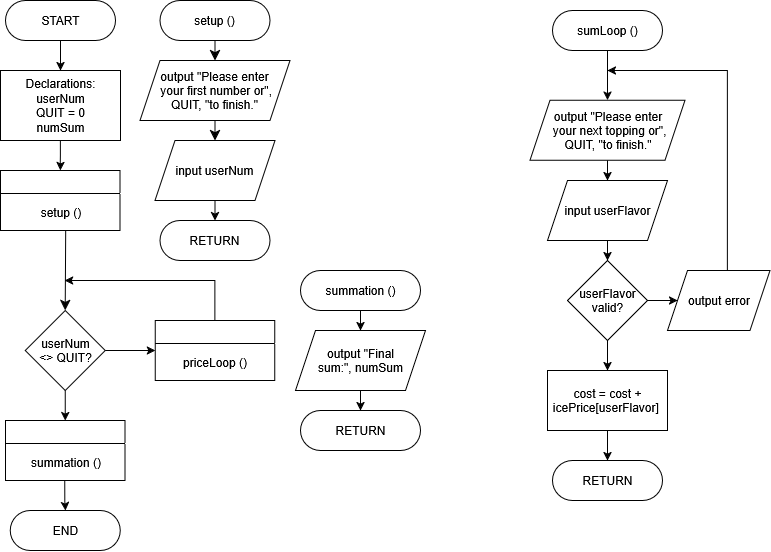
The draw.io diagram Module 7 - Effective Decision Loops - Connor Bowles.drawio.png in CBowles10/SDEV_120_FALL2025_CBOWLES, before a commit. Source tidied: cells renumbered, new cells last; positions are measured from the earlier drawing's top-left corner, leaving out a move shared by most shapes.
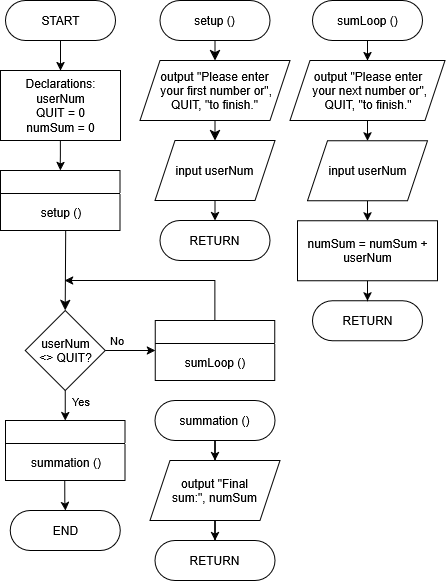
Above is the later version.

The edit, as a diff of the source:
```diff
@@ -11,7 +11,7 @@
     <mxCell id="4" style="edgeStyle=orthogonalEdgeStyle;rounded=0;jettySize=auto;html=1;entryX=0.5;entryY=0;entryDx=0;entryDy=0;" parent="1" edge="1" source="5" target="10">
       <mxGeometry relative="1" as="geometry" />
     </mxCell>
-    <mxCell id="5" value="Declarations:&lt;div&gt;userNum&lt;br&gt;QUIT = 0&lt;br&gt;numSum&lt;/div&gt;" style="rounded=0;whiteSpace=wrap;html=1;" parent="1" vertex="1">
+    <mxCell id="5" value="Declarations:&lt;div&gt;userNum&lt;br&gt;QUIT = 0&lt;br&gt;numSum = 0&lt;/div&gt;" style="rounded=0;whiteSpace=wrap;html=1;" parent="1" vertex="1">
       <mxGeometry y="70" width="120" height="70" as="geometry" />
     </mxCell>
     <mxCell id="6" style="edgeStyle=orthogonalEdgeStyle;rounded=0;jettySize=auto;html=1;exitX=0.5;exitY=0;exitDx=0;exitDy=0;" parent="1" edge="1" source="7">
@@ -25,8 +25,8 @@
     <mxCell id="7" style="swimlane;whiteSpace=wrap;html=1;" parent="1" vertex="1">
       <mxGeometry x="154.8" y="320" width="119.5" height="60" as="geometry" />
     </mxCell>
-    <mxCell id="8" value="&lt;font style=&quot;font-size: 12px;&quot;&gt;priceLoop ()&lt;/font&gt;" style="text;html=1;align=center;verticalAlign=middle;strokeColor=none;fillColor=none;fontSize=16;" parent="7" vertex="1">
-      <mxGeometry x="14.8" y="25" width="90" height="30" as="geometry" />
+    <mxCell id="8" value="&lt;font style=&quot;font-size: 12px;&quot;&gt;sumLoop ()&lt;/font&gt;" style="text;html=1;align=center;verticalAlign=middle;strokeColor=none;fillColor=none;fontSize=16;" parent="7" vertex="1">
+      <mxGeometry x="19.8" y="25" width="80" height="30" as="geometry" />
     </mxCell>
     <mxCell id="9" style="edgeStyle=none;curved=1;rounded=0;jettySize=auto;html=1;fontSize=12;startSize=8;endSize=8;entryX=0.5;entryY=0;entryDx=0;entryDy=0;" parent="1" edge="1" target="15">
       <mxGeometry relative="1" as="geometry">
@@ -45,9 +45,19 @@
     <mxCell id="13" style="edgeStyle=orthogonalEdgeStyle;rounded=0;jettySize=auto;html=1;exitX=1;exitY=0.5;exitDx=0;exitDy=0;entryX=0;entryY=0.5;entryDx=0;entryDy=0;" parent="1" edge="1" source="15" target="7">
       <mxGeometry relative="1" as="geometry" />
     </mxCell>
+    <mxCell id="46" value="No" style="edgeLabel;html=1;align=center;verticalAlign=middle;" parent="13" vertex="1">
+      <mxGeometry x="-0.31" y="1" relative="1" as="geometry">
+        <mxPoint x="-7" y="-9" as="offset" />
+      </mxGeometry>
+    </mxCell>
     <mxCell id="14" style="edgeStyle=orthogonalEdgeStyle;rounded=0;jettySize=auto;html=1;exitX=0.5;exitY=1;exitDx=0;exitDy=0;entryX=0.5;entryY=0;entryDx=0;entryDy=0;" parent="1" edge="1" source="15" target="38">
       <mxGeometry relative="1" as="geometry" />
     </mxCell>
+    <mxCell id="47" value="Yes" style="edgeLabel;html=1;align=center;verticalAlign=middle;" parent="14" vertex="1">
+      <mxGeometry x="-0.41" y="-1" relative="1" as="geometry">
+        <mxPoint x="16" y="1" as="offset" />
+      </mxGeometry>
+    </mxCell>
     <mxCell id="15" value="userNum&lt;br&gt;&amp;lt;&amp;gt; QUIT?" style="rhombus;whiteSpace=wrap;html=1;" parent="1" vertex="1">
       <mxGeometry x="24.8" y="310" width="80" height="80" as="geometry" />
     </mxCell>
@@ -76,54 +86,36 @@
       <mxGeometry relative="1" as="geometry" />
     </mxCell>
     <mxCell id="24" value="sumLoop ()" style="rounded=1;whiteSpace=wrap;html=1;arcSize=50;" parent="1" vertex="1">
-      <mxGeometry x="552" y="10" width="110" height="40" as="geometry" />
+      <mxGeometry x="312" width="110" height="40" as="geometry" />
     </mxCell>
     <mxCell id="25" style="edgeStyle=orthogonalEdgeStyle;rounded=0;jettySize=auto;html=1;exitX=0.5;exitY=1;exitDx=0;exitDy=0;entryX=0.5;entryY=0;entryDx=0;entryDy=0;" parent="1" edge="1" source="26" target="28">
       <mxGeometry relative="1" as="geometry" />
     </mxCell>
-    <mxCell id="26" value="output &quot;Please enter&lt;br&gt;&amp;nbsp;your next topping or&quot;,&lt;br&gt;QUIT, &quot;to finish.&quot;" style="shape=parallelogram;perimeter=parallelogramPerimeter;whiteSpace=wrap;html=1;fixedSize=1;" parent="1" vertex="1">
-      <mxGeometry x="529.5" y="99.7" width="155" height="60" as="geometry" />
+    <mxCell id="26" value="output &quot;Please enter&lt;br&gt;&amp;nbsp;your next number or&quot;,&lt;br&gt;QUIT, &quot;to finish.&quot;" style="shape=parallelogram;perimeter=parallelogramPerimeter;whiteSpace=wrap;html=1;fixedSize=1;" parent="1" vertex="1">
+      <mxGeometry x="289.5" y="60" width="155" height="60" as="geometry" />
     </mxCell>
-    <mxCell id="27" style="edgeStyle=orthogonalEdgeStyle;rounded=0;jettySize=auto;html=1;exitX=0.5;exitY=1;exitDx=0;exitDy=0;entryX=0.5;entryY=0;entryDx=0;entryDy=0;" parent="1" edge="1" source="28" target="32">
-      <mxGeometry relative="1" as="geometry" />
+    <mxCell id="27" style="edgeStyle=orthogonalEdgeStyle;rounded=0;jettySize=auto;html=1;exitX=0.5;exitY=1;exitDx=0;exitDy=0;entryX=0.5;entryY=0;entryDx=0;entryDy=0;" parent="1" edge="1" source="28">
+      <mxGeometry relative="1" as="geometry">
+        <mxPoint x="367" y="220.3" as="targetPoint" />
+      </mxGeometry>
     </mxCell>
-    <mxCell id="28" value="input userFlavor" style="shape=parallelogram;perimeter=parallelogramPerimeter;whiteSpace=wrap;html=1;fixedSize=1;" parent="1" vertex="1">
-      <mxGeometry x="547" y="180" width="120" height="60" as="geometry" />
+    <mxCell id="28" value="input userNum" style="shape=parallelogram;perimeter=parallelogramPerimeter;whiteSpace=wrap;html=1;fixedSize=1;" parent="1" vertex="1">
+      <mxGeometry x="307" y="140.3" width="120" height="60" as="geometry" />
     </mxCell>
     <mxCell id="29" style="edgeStyle=none;curved=1;rounded=0;orthogonalLoop=1;jettySize=auto;html=1;entryX=0.5;entryY=0;entryDx=0;entryDy=0;fontSize=12;startSize=8;endSize=8;" parent="1" edge="1">
       <mxGeometry relative="1" as="geometry">
-        <mxPoint x="602" y="259.7" as="sourcePoint" />
-        <mxPoint x="602" y="259.7" as="targetPoint" />
+        <mxPoint x="362" y="220" as="sourcePoint" />
+        <mxPoint x="362" y="220" as="targetPoint" />
       </mxGeometry>
     </mxCell>
-    <mxCell id="30" style="edgeStyle=orthogonalEdgeStyle;rounded=0;jettySize=auto;html=1;exitX=1;exitY=0.5;exitDx=0;exitDy=0;entryX=0;entryY=0.5;entryDx=0;entryDy=0;" parent="1" edge="1" source="32" target="34">
-      <mxGeometry relative="1" as="geometry" />
-    </mxCell>
-    <mxCell id="31" style="edgeStyle=orthogonalEdgeStyle;rounded=0;jettySize=auto;html=1;" parent="1" edge="1" source="32" target="37">
-      <mxGeometry relative="1" as="geometry" />
-    </mxCell>
-    <mxCell id="32" value="userFlavor&lt;br&gt;valid?" style="rhombus;whiteSpace=wrap;html=1;" parent="1" vertex="1">
-      <mxGeometry x="567" y="260" width="80" height="80" as="geometry" />
-    </mxCell>
-    <mxCell id="33" style="edgeStyle=orthogonalEdgeStyle;rounded=0;jettySize=auto;html=1;" parent="1" edge="1" source="34">
-      <mxGeometry relative="1" as="geometry">
-        <mxPoint x="607" y="70" as="targetPoint" />
-        <Array as="points">
-          <mxPoint x="727" y="70" />
-        </Array>
-      </mxGeometry>
-    </mxCell>
-    <mxCell id="34" value="output error" style="shape=parallelogram;perimeter=parallelogramPerimeter;whiteSpace=wrap;html=1;fixedSize=1;" parent="1" vertex="1">
-      <mxGeometry x="667" y="270" width="102.5" height="60" as="geometry" />
-    </mxCell>
     <mxCell id="35" value="RETURN" style="rounded=1;whiteSpace=wrap;html=1;arcSize=50;" parent="1" vertex="1">
-      <mxGeometry x="552" y="460" width="110" height="40" as="geometry" />
+      <mxGeometry x="312" y="300.3" width="110" height="40" as="geometry" />
     </mxCell>
     <mxCell id="36" style="edgeStyle=orthogonalEdgeStyle;rounded=0;jettySize=auto;html=1;" parent="1" edge="1" source="37" target="35">
       <mxGeometry relative="1" as="geometry" />
     </mxCell>
-    <mxCell id="37" value="cost = cost + icePrice[userFlavor]&amp;nbsp;" style="rounded=0;whiteSpace=wrap;html=1;" parent="1" vertex="1">
-      <mxGeometry x="547" y="370" width="120" height="60" as="geometry" />
+    <mxCell id="37" value="numSum = numSum + userNum" style="rounded=0;whiteSpace=wrap;html=1;" parent="1" vertex="1">
+      <mxGeometry x="297" y="220.3" width="140" height="60" as="geometry" />
     </mxCell>
     <mxCell id="38" style="swimlane;whiteSpace=wrap;html=1;" parent="1" vertex="1">
       <mxGeometry x="5" y="420" width="119.5" height="60" as="geometry" />
@@ -140,16 +132,16 @@
       <mxGeometry relative="1" as="geometry" />
     </mxCell>
     <mxCell id="42" value="summation ()" style="rounded=1;whiteSpace=wrap;html=1;arcSize=50;" parent="1" vertex="1">
-      <mxGeometry x="300" y="270" width="120" height="40" as="geometry" />
+      <mxGeometry x="154.5" y="400" width="120" height="40" as="geometry" />
     </mxCell>
     <mxCell id="43" style="edgeStyle=orthogonalEdgeStyle;rounded=0;jettySize=auto;html=1;" parent="1" edge="1" source="44" target="45">
       <mxGeometry relative="1" as="geometry" />
     </mxCell>
     <mxCell id="44" value="output &quot;Final&lt;br&gt;sum:&quot;, numSum" style="shape=parallelogram;perimeter=parallelogramPerimeter;whiteSpace=wrap;html=1;fixedSize=1;" parent="1" vertex="1">
-      <mxGeometry x="295" y="330" width="130" height="60" as="geometry" />
+      <mxGeometry x="149.5" y="460" width="130" height="60" as="geometry" />
     </mxCell>
     <mxCell id="45" value="RETURN" style="rounded=1;whiteSpace=wrap;html=1;arcSize=50;" parent="1" vertex="1">
-      <mxGeometry x="300" y="410" width="120" height="40" as="geometry" />
+      <mxGeometry x="154.5" y="540" width="120" height="40" as="geometry" />
     </mxCell>
   </root>
 </mxGraphModel>
```
